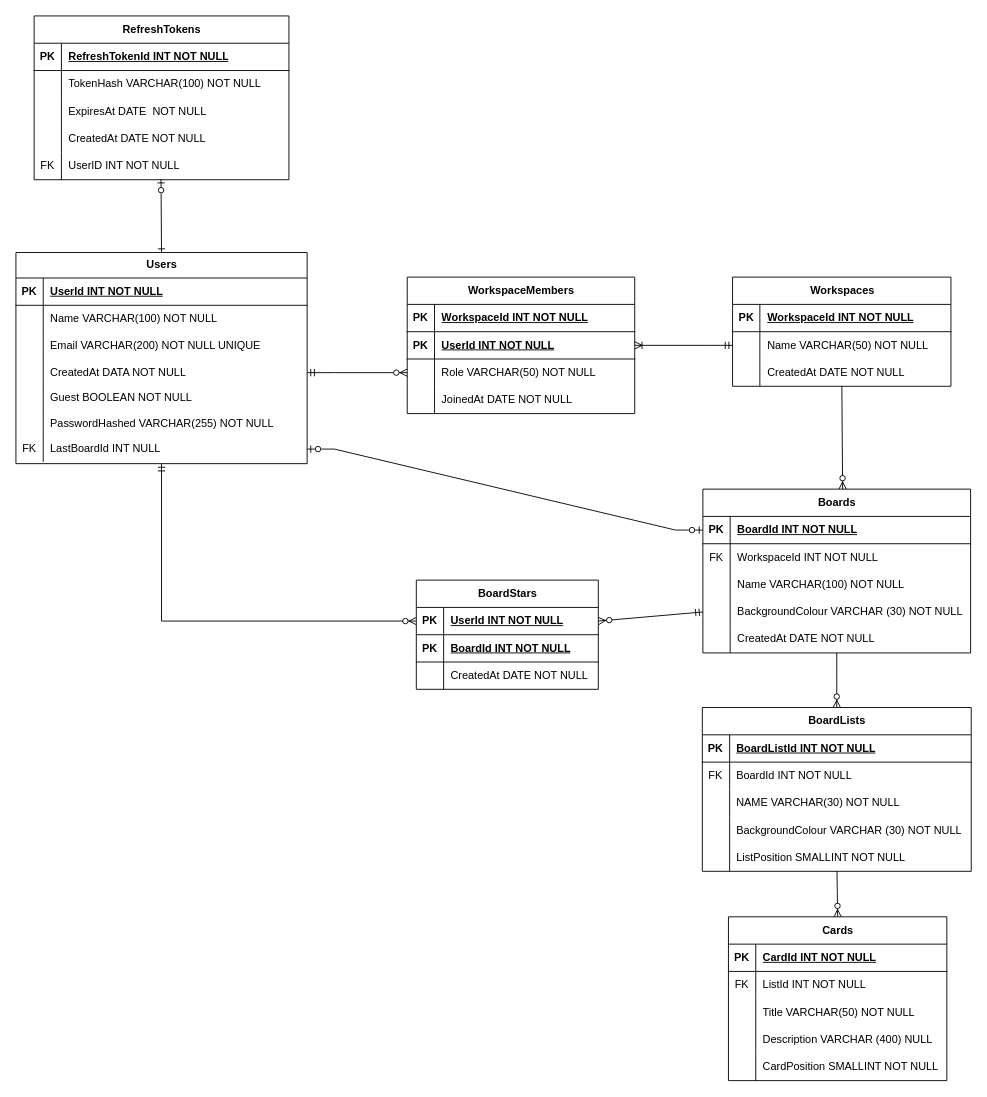
Before: DatabaseFilesAndDesign/DatabaseDesign.drawio in maninder56/Planner-Web-App, a draw.io diagram. Source tidied: cells renumbered, new cells numbered last; positions are measured from the earlier drawing's top-left corner, leaving out a move shared by most shapes. Both pictures are drawn from the tidied source at 91%, with x=0, y=0 at pixel (15, 15).
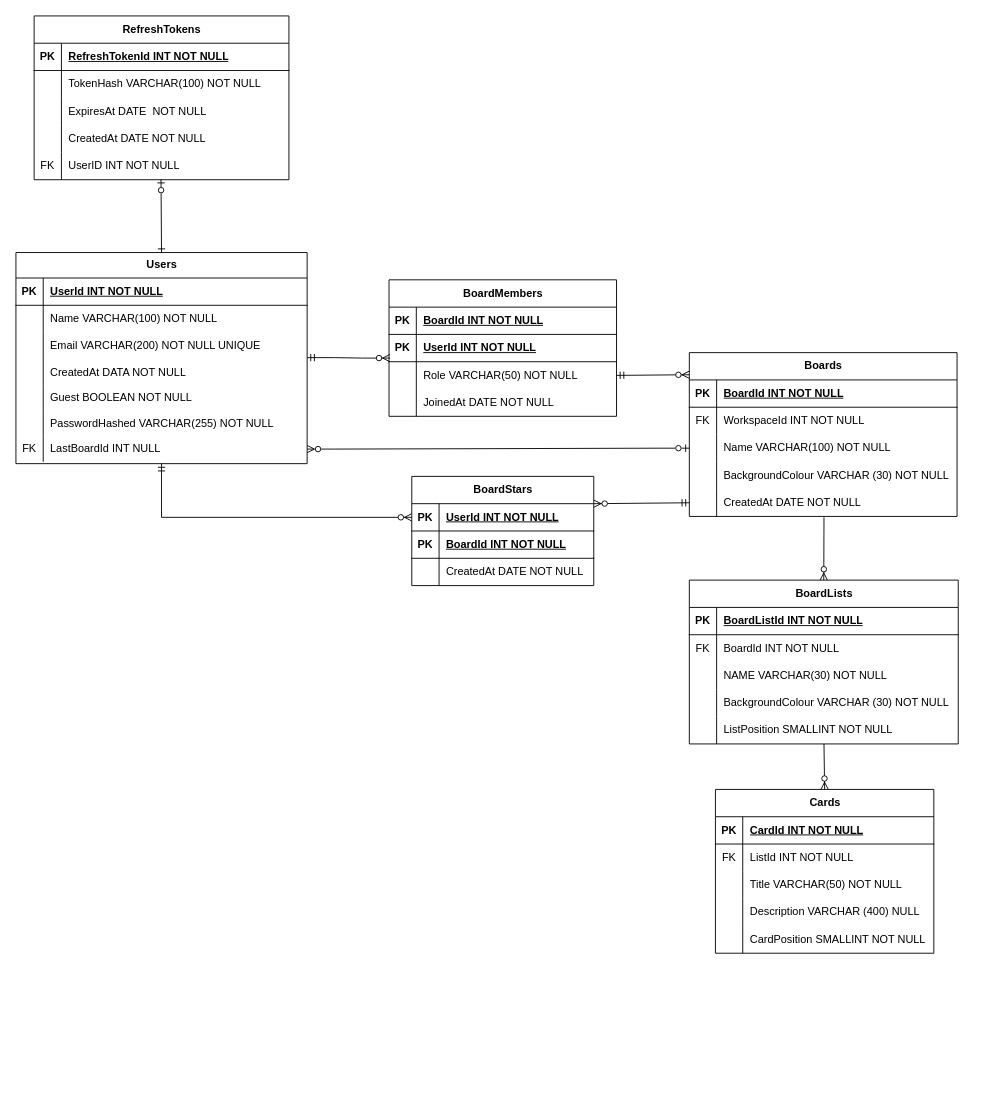
The same page after the edit.

Commit message (it also covers changes not shown here):
Redesign database to remove workplaces

The change refers to these unchanged cells:
```xml
<mxCell id="12" style="shape=tableRow;horizontal=0;startSize=0;swimlaneHead=0;swimlaneBody=0;fillColor=none;points=[[0,0.5],[1,0.5]];portConstraint=eastwest;top=0;left=0;right=0;bottom=0;" parent="2" vertex="1">
  <mxGeometry y="118" width="320" height="28" as="geometry" />
</mxCell>
<mxCell id="21" style="shape=tableRow;horizontal=0;startSize=0;swimlaneHead=0;swimlaneBody=0;fillColor=none;points=[[0,0.5],[1,0.5]];portConstraint=eastwest;top=0;left=0;right=0;bottom=0;" parent="2" vertex="1">
  <mxGeometry y="202" width="320" height="28" as="geometry" />
</mxCell>
<mxCell id="52" style="shape=tableRow;horizontal=0;startSize=0;swimlaneHead=0;swimlaneBody=0;fillColor=none;top=0;left=0;right=0;bottom=1;" parent="51" vertex="1">
  <mxGeometry y="30" width="250" height="30" as="geometry" />
</mxCell>
<mxCell id="55" style="shape=tableRow;horizontal=0;startSize=0;swimlaneHead=0;swimlaneBody=0;fillColor=none;points=[[0,0.5],[1,0.5]];portConstraint=eastwest;top=0;left=0;right=0;bottom=1;" parent="51" vertex="1">
  <mxGeometry y="60" width="250" height="30" as="geometry" />
</mxCell>
<mxCell id="58" style="shape=tableRow;horizontal=0;startSize=0;swimlaneHead=0;swimlaneBody=0;fillColor=none;points=[[0,0.5],[1,0.5]];portConstraint=eastwest;top=0;left=0;right=0;bottom=0;" parent="51" vertex="1">
  <mxGeometry y="90" width="250" height="30" as="geometry" />
</mxCell>
<mxCell id="65" style="shape=tableRow;horizontal=0;startSize=0;swimlaneHead=0;swimlaneBody=0;fillColor=none;points=[[0,0.5],[1,0.5]];portConstraint=eastwest;top=0;left=0;right=0;bottom=1;" parent="64" vertex="1">
  <mxGeometry y="30" width="294.2" height="30" as="geometry" />
</mxCell>
<mxCell id="71" style="shape=tableRow;horizontal=0;startSize=0;swimlaneHead=0;swimlaneBody=0;fillColor=none;points=[[0,0.5],[1,0.5]];portConstraint=eastwest;top=0;left=0;right=0;bottom=0;" parent="64" vertex="1">
  <mxGeometry y="90" width="294.2" height="30" as="geometry" />
</mxCell>
<mxCell id="74" style="shape=tableRow;horizontal=0;startSize=0;swimlaneHead=0;swimlaneBody=0;fillColor=none;points=[[0,0.5],[1,0.5]];portConstraint=eastwest;top=0;left=0;right=0;bottom=0;" parent="64" vertex="1">
  <mxGeometry y="120" width="294.2" height="30" as="geometry" />
</mxCell>
<mxCell id="77" style="shape=tableRow;horizontal=0;startSize=0;swimlaneHead=0;swimlaneBody=0;fillColor=none;points=[[0,0.5],[1,0.5]];portConstraint=eastwest;top=0;left=0;right=0;bottom=0;" parent="64" vertex="1">
  <mxGeometry y="150" width="294.2" height="30" as="geometry" />
</mxCell>
<mxCell id="118" style="shape=tableRow;horizontal=0;startSize=0;swimlaneHead=0;swimlaneBody=0;fillColor=none;points=[[0,0.5],[1,0.5]];portConstraint=eastwest;top=0;left=0;right=0;bottom=1;" parent="117" vertex="1">
  <mxGeometry y="30" width="200" height="30" as="geometry" />
</mxCell>
```

Change to the diagram source:
```diff
@@
-    <mxCell id="41" value="Workspaces" style="shape=table;startSize=30;childLayout=tableLayout;rowLines=0;fontStyle=1;align=center;html=1;" parent="1" vertex="1">
-      <mxGeometry x="787.5" y="287" width="240" height="120" as="geometry" />
-    </mxCell>
-    <mxCell id="42" style="shape=tableRow;horizontal=0;startSize=0;swimlaneHead=0;swimlaneBody=0;fillColor=none;top=0;left=0;right=0;bottom=1;" parent="41" vertex="1">
-      <mxGeometry y="30" width="240" height="30" as="geometry" />
-    </mxCell>
-    <mxCell id="43" value="PK" style="shape=partialRectangle;fillColor=none;top=0;left=0;bottom=0;right=0;fontStyle=1;overflow=hidden;whiteSpace=wrap;html=1;" parent="42" vertex="1">
-      <mxGeometry width="30" height="30" as="geometry" />
-    </mxCell>
-    <mxCell id="44" value="WorkspaceId INT NOT NULL" style="shape=partialRectangle;fillColor=none;top=0;left=0;bottom=0;right=0;align=left;spacingLeft=6;fontStyle=5;overflow=hidden;whiteSpace=wrap;html=1;" parent="42" vertex="1">
-      <mxGeometry x="30" width="210" height="30" as="geometry" />
-    </mxCell>
-    <mxCell id="45" style="shape=tableRow;horizontal=0;startSize=0;swimlaneHead=0;swimlaneBody=0;fillColor=none;points=[[0,0.5],[1,0.5]];portConstraint=eastwest;top=0;left=0;right=0;bottom=0;" parent="41" vertex="1">
-      <mxGeometry y="60" width="240" height="30" as="geometry" />
-    </mxCell>
-    <mxCell id="46" style="shape=partialRectangle;fillColor=none;top=0;left=0;bottom=0;right=0;overflow=hidden;whiteSpace=wrap;html=1;" parent="45" vertex="1">
-      <mxGeometry width="30" height="30" as="geometry" />
-    </mxCell>
-    <mxCell id="47" value="Name VARCHAR(50) NOT NULL" style="shape=partialRectangle;fillColor=none;top=0;left=0;bottom=0;right=0;align=left;spacingLeft=6;overflow=hidden;whiteSpace=wrap;html=1;" parent="45" vertex="1">
-      <mxGeometry x="30" width="210" height="30" as="geometry" />
-    </mxCell>
-    <mxCell id="48" style="shape=tableRow;horizontal=0;startSize=0;swimlaneHead=0;swimlaneBody=0;fillColor=none;points=[[0,0.5],[1,0.5]];portConstraint=eastwest;top=0;left=0;right=0;bottom=0;" parent="41" vertex="1">
-      <mxGeometry y="90" width="240" height="30" as="geometry" />
-    </mxCell>
-    <mxCell id="49" style="shape=partialRectangle;fillColor=none;top=0;left=0;bottom=0;right=0;overflow=hidden;whiteSpace=wrap;html=1;" parent="48" vertex="1">
-      <mxGeometry width="30" height="30" as="geometry" />
-    </mxCell>
-    <mxCell id="50" value="CreatedAt DATE NOT NULL" style="shape=partialRectangle;fillColor=none;top=0;left=0;bottom=0;right=0;align=left;spacingLeft=6;overflow=hidden;whiteSpace=wrap;html=1;" parent="48" vertex="1">
-      <mxGeometry x="30" width="210" height="30" as="geometry" />
-    </mxCell>
-    <mxCell id="51" value="WorkspaceMembers" style="shape=table;startSize=30;childLayout=tableLayout;rowLines=0;fontStyle=1;align=center;html=1;" parent="1" vertex="1">
-      <mxGeometry x="430" y="287" width="250" height="150" as="geometry" />
+    <mxCell id="51" value="BoardMembers" style="shape=table;startSize=30;childLayout=tableLayout;rowLines=0;fontStyle=1;align=center;html=1;" parent="1" vertex="1">
+      <mxGeometry x="410" y="290" width="250" height="150" as="geometry" />
     </mxCell>
@@
-    <mxCell id="54" value="WorkspaceId INT NOT NULL" style="shape=partialRectangle;fillColor=none;top=0;left=0;bottom=0;right=0;align=left;spacingLeft=6;fontStyle=5;overflow=hidden;whiteSpace=wrap;html=1;" parent="52" vertex="1">
+    <mxCell id="54" value="BoardId INT NOT NULL" style="shape=partialRectangle;fillColor=none;top=0;left=0;bottom=0;right=0;align=left;spacingLeft=6;fontStyle=5;overflow=hidden;whiteSpace=wrap;html=1;" parent="52" vertex="1">
       <mxGeometry x="30" width="220" height="30" as="geometry" />
     </mxCell>
@@
     <mxCell id="64" value="Boards" style="shape=table;startSize=30;childLayout=tableLayout;rowLines=0;fontStyle=1;align=center;html=1;" parent="1" vertex="1">
-      <mxGeometry x="754.9" y="520" width="294.2" height="180" as="geometry" />
+      <mxGeometry x="740" y="370" width="294.2" height="180" as="geometry" />
     </mxCell>
@@
     <mxCell id="80" value="BoardLists" style="shape=table;startSize=30;childLayout=tableLayout;rowLines=0;fontStyle=1;align=center;html=1;" parent="1" vertex="1">
-      <mxGeometry x="754.3" y="760" width="295.5" height="180" as="geometry" />
+      <mxGeometry x="740" y="620" width="295.5" height="180" as="geometry" />
     </mxCell>
@@
     <mxCell id="96" value="Cards" style="shape=table;startSize=30;childLayout=tableLayout;rowLines=0;fontStyle=1;align=center;html=1;" parent="1" vertex="1">
-      <mxGeometry x="783" y="990" width="240" height="180" as="geometry" />
+      <mxGeometry x="768.7" y="850" width="240" height="180" as="geometry" />
     </mxCell>
@@
-    <mxCell id="112" style="edgeStyle=entityRelationEdgeStyle;fontSize=12;html=1;endArrow=ERzeroToMany;startArrow=ERmandOne;rounded=0;exitX=1;exitY=0.5;exitDx=0;exitDy=0;entryX=0;entryY=0.5;entryDx=0;entryDy=0;" parent="1" edge="1" source="12" target="58">
-      <mxGeometry relative="1" as="geometry" />
+    <mxCell id="112" style="edgeStyle=entityRelationEdgeStyle;fontSize=12;html=1;endArrow=ERzeroToMany;startArrow=ERmandOne;rounded=0;exitX=1;exitY=0.5;exitDx=0;exitDy=0;" parent="1" edge="1">
+      <mxGeometry relative="1" as="geometry">
+        <mxPoint x="320" y="375.5" as="sourcePoint" />
+        <mxPoint x="411" y="376" as="targetPoint" />
+      </mxGeometry>
     </mxCell>
-    <mxCell id="113" style="edgeStyle=entityRelationEdgeStyle;fontSize=12;html=1;endArrow=ERoneToMany;startArrow=ERmandOne;rounded=0;exitX=0;exitY=0.5;exitDx=0;exitDy=0;entryX=1;entryY=0.5;entryDx=0;entryDy=0;endFill=0;" parent="1" edge="1" source="45" target="55">
-      <mxGeometry relative="1" as="geometry" />
-    </mxCell>
-    <mxCell id="114" style="fontSize=12;html=1;endArrow=ERzeroToMany;endFill=1;rounded=0;entryX=0.522;entryY=0;entryDx=0;entryDy=0;entryPerimeter=0;" parent="1" edge="1" source="48" target="64">
+    <mxCell id="114" style="fontSize=12;html=1;endArrow=ERzeroToMany;endFill=1;rounded=0;entryX=0;entryY=0.135;entryDx=0;entryDy=0;entryPerimeter=0;exitX=1;exitY=0.5;exitDx=0;exitDy=0;startArrow=ERmandOne;startFill=0;" parent="1" edge="1" source="58" target="64">
       <mxGeometry relative="1" as="geometry" />
     </mxCell>
-    <mxCell id="115" style="fontSize=12;html=1;endArrow=ERzeroToMany;endFill=1;rounded=0;entryX=0.5;entryY=0;entryDx=0;entryDy=0;" parent="1" edge="1" source="77" target="80">
+    <mxCell id="115" style="fontSize=12;html=1;endArrow=ERzeroToMany;endFill=1;rounded=0;entryX=0.5;entryY=0;entryDx=0;entryDy=0;exitX=0.503;exitY=1.033;exitDx=0;exitDy=0;exitPerimeter=0;" parent="1" edge="1" source="77" target="80">
       <mxGeometry relative="1" as="geometry" />
     </mxCell>
@@
     <mxCell id="117" value="BoardStars" style="shape=table;startSize=30;childLayout=tableLayout;rowLines=0;fontStyle=1;align=center;html=1;" parent="1" vertex="1">
-      <mxGeometry x="440" y="620" width="200" height="120" as="geometry" />
+      <mxGeometry x="435" y="506" width="200" height="120" as="geometry" />
     </mxCell>
@@
-    <mxCell id="127" style="fontSize=12;html=1;endArrow=ERzeroToMany;startArrow=ERmandOne;rounded=0;exitX=0;exitY=0.5;exitDx=0;exitDy=0;entryX=1;entryY=0.5;entryDx=0;entryDy=0;" parent="1" edge="1" source="74" target="118">
+    <mxCell id="127" style="fontSize=12;html=1;endArrow=ERzeroToMany;startArrow=ERmandOne;rounded=0;entryX=1;entryY=0.25;entryDx=0;entryDy=0;exitX=0;exitY=0.5;exitDx=0;exitDy=0;" parent="1" edge="1" source="77" target="117">
       <mxGeometry relative="1" as="geometry" />
     </mxCell>
@@
-    <mxCell id="129" style="edgeStyle=entityRelationEdgeStyle;fontSize=12;html=1;endArrow=ERzeroToOne;startArrow=ERzeroToOne;rounded=0;exitX=1;exitY=0.5;exitDx=0;exitDy=0;entryX=0;entryY=0.5;entryDx=0;entryDy=0;endFill=0;startFill=0;" parent="1" edge="1" source="21" target="65">
+    <mxCell id="129" style="edgeStyle=entityRelationEdgeStyle;fontSize=12;html=1;endArrow=ERzeroToOne;startArrow=ERzeroToMany;rounded=0;exitX=1;exitY=0.5;exitDx=0;exitDy=0;endFill=0;startFill=0;entryX=0;entryY=0.5;entryDx=0;entryDy=0;" parent="1" edge="1" source="21" target="71">
       <mxGeometry relative="1" as="geometry" />
     </mxCell>
```
